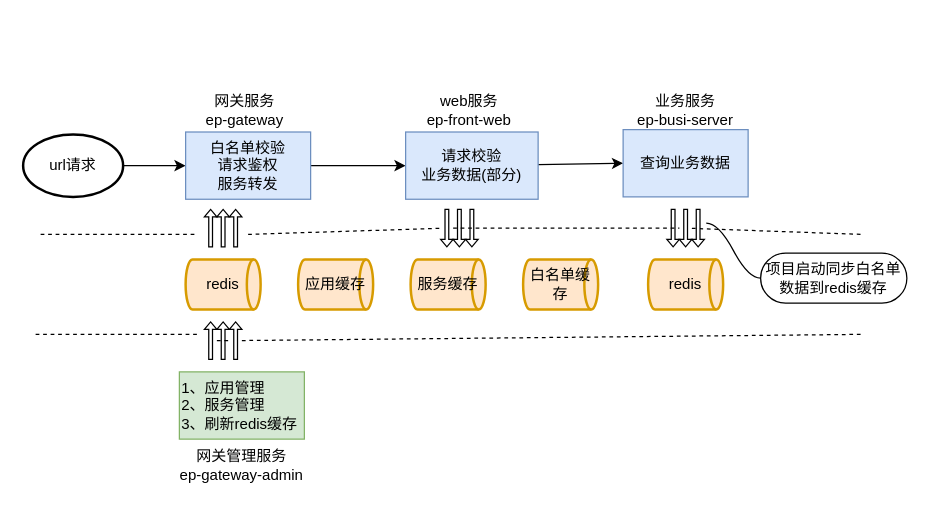
This is 未命名绘图.drawio from liangdengming/diagrams, a draw.io file, before an edit. Source tidied: cells renumbered, new cells numbered last; positions are measured from the earlier drawing's top-left corner, leaving out a move shared by most shapes. Both pictures are drawn from the tidied source at 125%, with x=0, y=0 at pixel (22, 91).
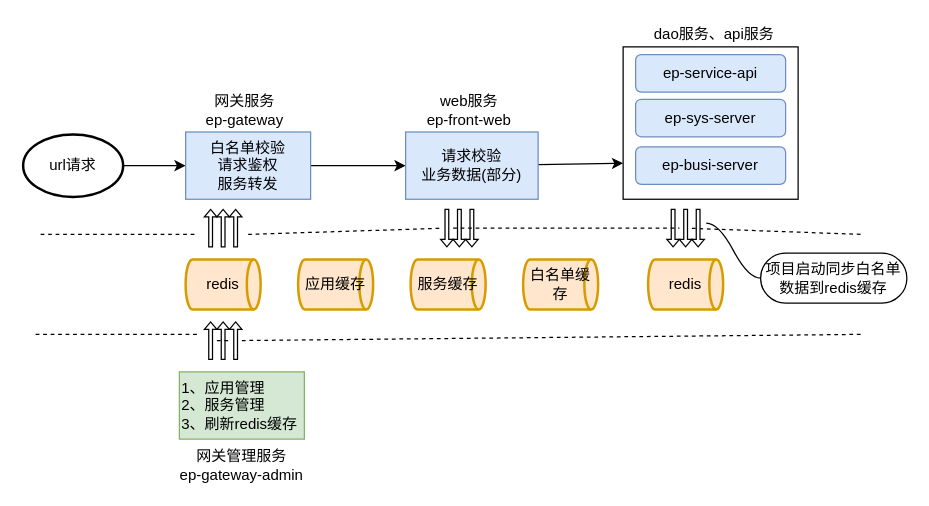
The same diagram, later.

Commit message:
未命名绘图.drawio

The change refers to these unchanged cells:
```xml
<mxCell id="28" value="请求校验&lt;br&gt;业务数据(部分)" style="rounded=0;whiteSpace=wrap;html=1;align=center;fillColor=#dae8fc;strokeColor=#6c8ebf;" parent="1" vertex="1">
  <mxGeometry x="306" y="32.1" width="106" height="53.8" as="geometry" />
</mxCell>
```

The edit, as a diff of the source:
```diff
@@
-    <mxCell id="27" style="edgeStyle=none;rounded=0;jettySize=auto;html=1;entryX=0;entryY=0.5;entryDx=0;entryDy=0;" parent="1" edge="1" source="28" target="29">
-      <mxGeometry relative="1" as="geometry" />
+    <mxCell id="27" style="edgeStyle=none;rounded=0;jettySize=auto;html=1;entryX=0;entryY=0.5;entryDx=0;entryDy=0;" parent="1" edge="1" source="28">
+      <mxGeometry relative="1" as="geometry">
+        <mxPoint x="480" y="57.1" as="targetPoint" />
+      </mxGeometry>
     </mxCell>
@@
-    <mxCell id="29" value="查询业务数据" style="rounded=0;whiteSpace=wrap;html=1;align=center;fillColor=#dae8fc;strokeColor=#6c8ebf;" parent="1" vertex="1">
-      <mxGeometry x="480" y="30.2" width="100" height="53.8" as="geometry" />
-    </mxCell>
@@
-    <mxCell id="31" value="业务服务&lt;br&gt;ep-busi-server" style="text;html=1;strokeColor=none;fillColor=none;align=center;verticalAlign=middle;whiteSpace=wrap;rounded=0;" parent="1" vertex="1">
-      <mxGeometry x="480" y="0.2" width="100" height="30" as="geometry" />
-    </mxCell>
@@
+    <mxCell id="43" style="rounded=0;whiteSpace=wrap;html=1;" parent="1" vertex="1">
+      <mxGeometry x="480" y="-36" width="140" height="121.9" as="geometry" />
+    </mxCell>
+    <mxCell id="44" value="ep-service-api" style="rounded=1;whiteSpace=wrap;html=1;fillColor=#dae8fc;strokeColor=#6c8ebf;" parent="1" vertex="1">
+      <mxGeometry x="490" y="-29.8" width="120" height="30" as="geometry" />
+    </mxCell>
+    <mxCell id="45" value="ep-sys-server" style="rounded=1;whiteSpace=wrap;html=1;fillColor=#dae8fc;strokeColor=#6c8ebf;" parent="1" vertex="1">
+      <mxGeometry x="490" y="5.9" width="120" height="30" as="geometry" />
+    </mxCell>
+    <mxCell id="46" value="ep-busi-server" style="rounded=1;whiteSpace=wrap;html=1;fillColor=#dae8fc;strokeColor=#6c8ebf;" parent="1" vertex="1">
+      <mxGeometry x="490" y="44" width="120" height="30" as="geometry" />
+    </mxCell>
+    <mxCell id="47" value="dao服务、api服务" style="text;html=1;strokeColor=none;fillColor=none;align=center;verticalAlign=middle;whiteSpace=wrap;rounded=0;" parent="1" vertex="1">
+      <mxGeometry x="500" y="-56" width="106" height="20" as="geometry" />
+    </mxCell>
```
